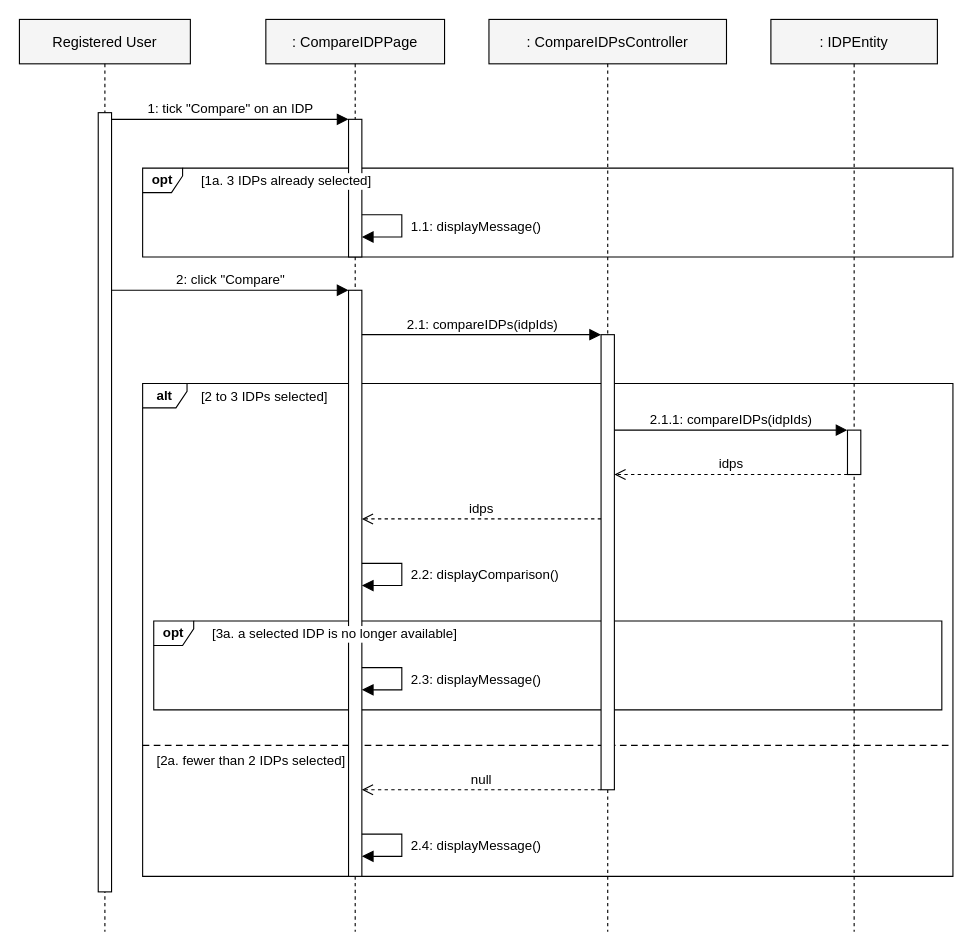
MeisterKage/CSIT314-RenoMatch keeps this draw.io diagram as page "US-13 Sequence Diagram" (2 of 2) of docs/design/use-cases/US-13/US-13_diagrams.drawio. Above is the earlier version. Source tidied: cells renumbered, new cells numbered last; positions are measured from the earlier drawing's top-left corner, leaving out a move shared by most shapes. Both pictures are drawn from the tidied source at 111%, with x=0, y=0 at pixel (19, 19).
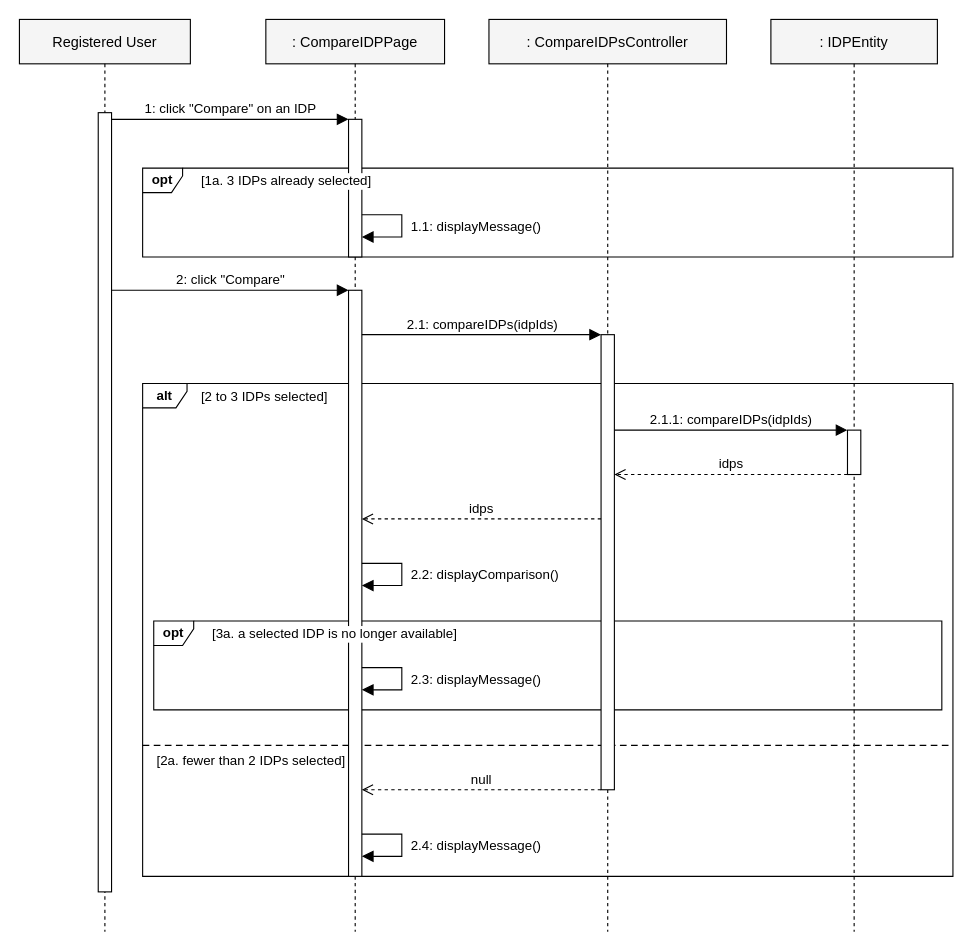
Above is the later version.

Commit message (it also covers changes not shown here):
docs(us-13): step 1 is click Compare, as the tick box is gone

The edit, as a diff of the source:
```diff
@@
-    <mxCell id="19" value="1: tick &amp;quot;Compare&amp;quot; on an IDP" style="html=1;verticalAlign=bottom;endArrow=block;endFill=1;endSize=8;strokeColor=#000000;labelBackgroundColor=#ffffff;fontFamily=Helvetica;fontSize=12;fontColor=#000000;" parent="1" edge="1">
+    <mxCell id="19" value="1: click &amp;quot;Compare&amp;quot; on an IDP" style="html=1;verticalAlign=bottom;endArrow=block;endFill=1;endSize=8;strokeColor=#000000;labelBackgroundColor=#ffffff;fontFamily=Helvetica;fontSize=12;fontColor=#000000;" parent="1" edge="1">
       <mxGeometry relative="1" as="geometry">
         <mxPoint x="83" y="90" as="sourcePoint" />
         <mxPoint x="296.5" y="90" as="targetPoint" />
       </mxGeometry>
     </mxCell>
```
